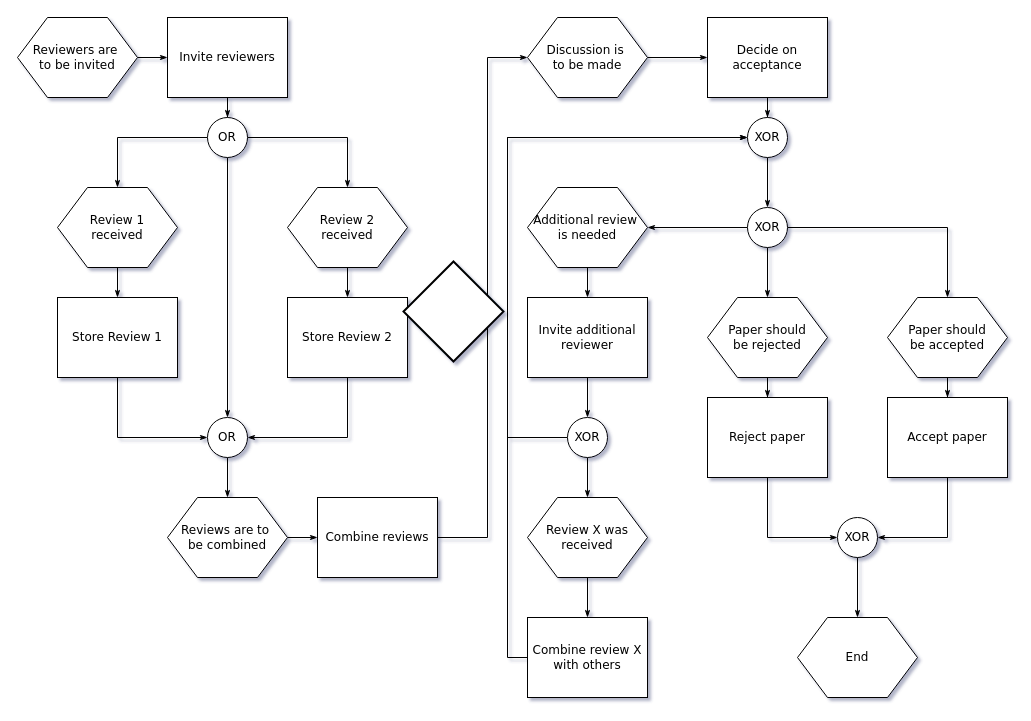
Before: 제목 없는 다이어그램.drawio in uubi-0/2018.12.23_Movie-Reservation, a draw.io diagram. Source tidied: cells renumbered, new cells numbered last; positions are measured from the earlier drawing's top-left corner, leaving out a move shared by most shapes. Both pictures are drawn from the tidied source at 100%, with x=0, y=0 at pixel (17, 17).
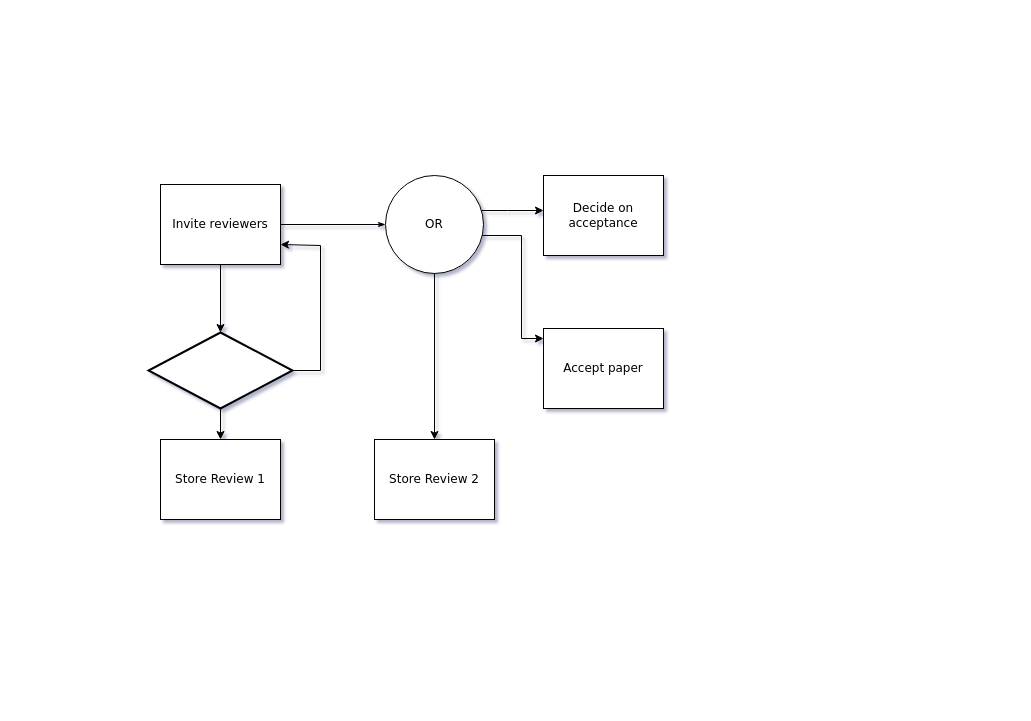
The same page after the edit.

Commit message (it also covers changes not shown here):
제목 없는 다이어그램.drawio 업데이트

Diff of the diagram source:
```diff
@@
-    <mxCell id="2" style="edgeStyle=orthogonalEdgeStyle;rounded=0;html=1;labelBackgroundColor=none;startArrow=none;startFill=0;startSize=5;endArrow=classicThin;endFill=1;endSize=5;jettySize=auto;strokeWidth=1;fontFamily=Verdana;fontSize=8;" parent="1" edge="1" source="3" target="5">
-      <mxGeometry relative="1" as="geometry" />
-    </mxCell>
-    <mxCell id="3" value="Reviewers are&amp;nbsp;&lt;div&gt;to&amp;nbsp;&lt;span&gt;be invited&lt;/span&gt;&lt;/div&gt;" style="shape=hexagon;perimeter=hexagonPerimeter;whiteSpace=wrap;html=1;rounded=0;shadow=0;labelBackgroundColor=none;strokeWidth=1;fontFamily=Verdana;fontSize=12;align=center;" parent="1" vertex="1">
-      <mxGeometry width="120" height="80" as="geometry" />
-    </mxCell>
@@
+    <mxCell id="57" style="edgeStyle=orthogonalEdgeStyle;rounded=0;jettySize=auto;html=1;" parent="1" edge="1" source="5" target="56">
+      <mxGeometry relative="1" as="geometry" />
+    </mxCell>
     <mxCell id="5" value="Invite reviewers" style="rounded=0;whiteSpace=wrap;html=1;shadow=0;labelBackgroundColor=none;strokeWidth=1;fontFamily=Verdana;fontSize=12;align=center;" parent="1" vertex="1">
-      <mxGeometry x="150" width="120" height="80" as="geometry" />
+      <mxGeometry x="143" y="167" width="120" height="80" as="geometry" />
     </mxCell>
-    <mxCell id="6" style="edgeStyle=orthogonalEdgeStyle;rounded=0;html=1;labelBackgroundColor=none;startArrow=none;startFill=0;startSize=5;endArrow=classicThin;endFill=1;endSize=5;jettySize=auto;strokeWidth=1;fontFamily=Verdana;fontSize=8;" parent="1" edge="1" source="9" target="13">
-      <mxGeometry relative="1" as="geometry" />
-    </mxCell>
-    <mxCell id="7" style="edgeStyle=orthogonalEdgeStyle;rounded=0;html=1;labelBackgroundColor=none;startArrow=none;startFill=0;startSize=5;endArrow=classicThin;endFill=1;endSize=5;jettySize=auto;strokeWidth=1;fontFamily=Verdana;fontSize=8;" parent="1" edge="1" source="9" target="11">
-      <mxGeometry relative="1" as="geometry" />
-    </mxCell>
-    <mxCell id="8" style="edgeStyle=orthogonalEdgeStyle;rounded=0;html=1;labelBackgroundColor=none;startArrow=none;startFill=0;startSize=5;endArrow=classicThin;endFill=1;endSize=5;jettySize=auto;strokeWidth=1;fontFamily=Verdana;fontSize=12;" parent="1" edge="1" source="9" target="19">
-      <mxGeometry relative="1" as="geometry" />
-    </mxCell>
+    <mxCell id="58" style="edgeStyle=orthogonalEdgeStyle;rounded=0;jettySize=auto;html=1;" parent="1" edge="1" source="9" target="17">
+      <mxGeometry relative="1" as="geometry" />
+    </mxCell>
+    <mxCell id="59" style="edgeStyle=orthogonalEdgeStyle;rounded=0;jettySize=auto;html=1;" parent="1" edge="1" source="9" target="48">
+      <mxGeometry relative="1" as="geometry">
+        <Array as="points">
+          <mxPoint x="504" y="218" />
+          <mxPoint x="504" y="321" />
+        </Array>
+      </mxGeometry>
+    </mxCell>
+    <mxCell id="60" style="edgeStyle=orthogonalEdgeStyle;rounded=0;jettySize=auto;html=1;" parent="1" edge="1" source="9" target="27">
+      <mxGeometry relative="1" as="geometry">
+        <Array as="points">
+          <mxPoint x="490" y="193" />
+          <mxPoint x="490" y="193" />
+        </Array>
+      </mxGeometry>
+    </mxCell>
     <mxCell id="9" value="OR" style="ellipse;whiteSpace=wrap;html=1;rounded=0;shadow=0;labelBackgroundColor=none;strokeWidth=1;fontFamily=Verdana;fontSize=12;align=center;" parent="1" vertex="1">
-      <mxGeometry x="190" y="100" width="40" height="40" as="geometry" />
+      <mxGeometry x="368" y="158" width="98" height="98" as="geometry" />
     </mxCell>
-    <mxCell id="10" style="edgeStyle=orthogonalEdgeStyle;rounded=0;html=1;labelBackgroundColor=none;startArrow=none;startFill=0;startSize=5;endArrow=classicThin;endFill=1;endSize=5;jettySize=auto;strokeWidth=1;fontFamily=Verdana;fontSize=8;" parent="1" edge="1" source="11" target="15">
-      <mxGeometry relative="1" as="geometry" />
-    </mxCell>
-    <mxCell id="11" value="Review 1&lt;div&gt;received&lt;/div&gt;" style="shape=hexagon;perimeter=hexagonPerimeter;whiteSpace=wrap;html=1;rounded=0;shadow=0;labelBackgroundColor=none;strokeWidth=1;fontFamily=Verdana;fontSize=12;align=center;" parent="1" vertex="1">
-      <mxGeometry x="40" y="170" width="120" height="80" as="geometry" />
-    </mxCell>
-    <mxCell id="12" style="edgeStyle=orthogonalEdgeStyle;rounded=0;html=1;labelBackgroundColor=none;startArrow=none;startFill=0;startSize=5;endArrow=classicThin;endFill=1;endSize=5;jettySize=auto;strokeWidth=1;fontFamily=Verdana;fontSize=8;" parent="1" edge="1" source="13" target="17">
-      <mxGeometry relative="1" as="geometry" />
-    </mxCell>
-    <mxCell id="13" value="Review 2&lt;div&gt;received&lt;/div&gt;" style="shape=hexagon;perimeter=hexagonPerimeter;whiteSpace=wrap;html=1;rounded=0;shadow=0;labelBackgroundColor=none;strokeWidth=1;fontFamily=Verdana;fontSize=12;align=center;" parent="1" vertex="1">
-      <mxGeometry x="270" y="170" width="120" height="80" as="geometry" />
-    </mxCell>
-    <mxCell id="14" style="edgeStyle=orthogonalEdgeStyle;rounded=0;html=1;labelBackgroundColor=none;startArrow=none;startFill=0;startSize=5;endArrow=classicThin;endFill=1;endSize=5;jettySize=auto;strokeWidth=1;fontFamily=Verdana;fontSize=8;" parent="1" edge="1" source="15" target="19">
-      <mxGeometry relative="1" as="geometry">
-        <Array as="points">
-          <mxPoint x="100" y="420" />
-        </Array>
-      </mxGeometry>
-    </mxCell>
     <mxCell id="15" value="Store Review 1" style="rounded=0;whiteSpace=wrap;html=1;shadow=0;labelBackgroundColor=none;strokeWidth=1;fontFamily=Verdana;fontSize=12;align=center;" parent="1" vertex="1">
-      <mxGeometry x="40" y="280" width="120" height="80" as="geometry" />
+      <mxGeometry x="143" y="422" width="120" height="80" as="geometry" />
     </mxCell>
-    <mxCell id="16" style="edgeStyle=orthogonalEdgeStyle;rounded=0;html=1;labelBackgroundColor=none;startArrow=none;startFill=0;startSize=5;endArrow=classicThin;endFill=1;endSize=5;jettySize=auto;strokeWidth=1;fontFamily=Verdana;fontSize=8;" parent="1" edge="1" source="17" target="19">
-      <mxGeometry relative="1" as="geometry">
-        <Array as="points">
-          <mxPoint x="330" y="420" />
-        </Array>
-      </mxGeometry>
-    </mxCell>
     <mxCell id="17" value="Store Review 2" style="rounded=0;whiteSpace=wrap;html=1;shadow=0;labelBackgroundColor=none;strokeWidth=1;fontFamily=Verdana;fontSize=12;align=center;" parent="1" vertex="1">
-      <mxGeometry x="270" y="280" width="120" height="80" as="geometry" />
+      <mxGeometry x="357" y="422" width="120" height="80" as="geometry" />
     </mxCell>
-    <mxCell id="18" style="edgeStyle=orthogonalEdgeStyle;rounded=0;html=1;labelBackgroundColor=none;startArrow=none;startFill=0;startSize=5;endArrow=classicThin;endFill=1;endSize=5;jettySize=auto;strokeWidth=1;fontFamily=Verdana;fontSize=8;" parent="1" edge="1" source="19" target="21">
-      <mxGeometry relative="1" as="geometry" />
-    </mxCell>
-    <mxCell id="19" value="OR" style="ellipse;whiteSpace=wrap;html=1;rounded=0;shadow=0;labelBackgroundColor=none;strokeWidth=1;fontFamily=Verdana;fontSize=12;align=center;" parent="1" vertex="1">
-      <mxGeometry x="190" y="400" width="40" height="40" as="geometry" />
-    </mxCell>
-    <mxCell id="20" style="edgeStyle=orthogonalEdgeStyle;rounded=0;html=1;labelBackgroundColor=none;startArrow=none;startFill=0;startSize=5;endArrow=classicThin;endFill=1;endSize=5;jettySize=auto;strokeWidth=1;fontFamily=Verdana;fontSize=8;" parent="1" edge="1" source="21" target="23">
-      <mxGeometry relative="1" as="geometry" />
-    </mxCell>
-    <mxCell id="21" value="Reviews are to&amp;nbsp;&lt;div&gt;be combined&lt;/div&gt;" style="shape=hexagon;perimeter=hexagonPerimeter;whiteSpace=wrap;html=1;rounded=0;shadow=0;labelBackgroundColor=none;strokeWidth=1;fontFamily=Verdana;fontSize=12;align=center;" parent="1" vertex="1">
-      <mxGeometry x="150" y="480" width="120" height="80" as="geometry" />
-    </mxCell>
-    <mxCell id="22" style="edgeStyle=orthogonalEdgeStyle;rounded=0;html=1;labelBackgroundColor=none;startArrow=none;startFill=0;startSize=5;endArrow=classicThin;endFill=1;endSize=5;jettySize=auto;strokeWidth=1;fontFamily=Verdana;fontSize=8;" parent="1" edge="1" source="23" target="25">
-      <mxGeometry relative="1" as="geometry">
-        <Array as="points">
-          <mxPoint x="470" y="520" />
-          <mxPoint x="470" y="40" />
-        </Array>
-      </mxGeometry>
-    </mxCell>
-    <mxCell id="23" value="Combine reviews" style="rounded=0;whiteSpace=wrap;html=1;shadow=0;labelBackgroundColor=none;strokeWidth=1;fontFamily=Verdana;fontSize=12;align=center;" parent="1" vertex="1">
-      <mxGeometry x="300" y="480" width="120" height="80" as="geometry" />
-    </mxCell>
-    <mxCell id="24" style="edgeStyle=orthogonalEdgeStyle;rounded=0;html=1;labelBackgroundColor=none;startArrow=none;startFill=0;startSize=5;endArrow=classicThin;endFill=1;endSize=5;jettySize=auto;strokeWidth=1;fontFamily=Verdana;fontSize=8;" parent="1" edge="1" source="25" target="27">
-      <mxGeometry relative="1" as="geometry" />
-    </mxCell>
-    <mxCell id="25" value="Discussion is&amp;nbsp;&lt;div&gt;to be made&lt;/div&gt;" style="shape=hexagon;perimeter=hexagonPerimeter;whiteSpace=wrap;html=1;rounded=0;shadow=0;labelBackgroundColor=none;strokeWidth=1;fontFamily=Verdana;fontSize=12;align=center;" parent="1" vertex="1">
-      <mxGeometry x="510" width="120" height="80" as="geometry" />
-    </mxCell>
-    <mxCell id="26" style="edgeStyle=orthogonalEdgeStyle;rounded=0;html=1;labelBackgroundColor=none;startArrow=none;startFill=0;startSize=5;endArrow=classicThin;endFill=1;endSize=5;jettySize=auto;strokeWidth=1;fontFamily=Verdana;fontSize=8;" parent="1" edge="1" source="27" target="29">
-      <mxGeometry relative="1" as="geometry" />
-    </mxCell>
     <mxCell id="27" value="Decide on acceptance" style="rounded=0;whiteSpace=wrap;html=1;shadow=0;labelBackgroundColor=none;strokeWidth=1;fontFamily=Verdana;fontSize=12;align=center;" parent="1" vertex="1">
-      <mxGeometry x="690" width="120" height="80" as="geometry" />
+      <mxGeometry x="526" y="158" width="120" height="80" as="geometry" />
     </mxCell>
-    <mxCell id="28" style="edgeStyle=orthogonalEdgeStyle;rounded=0;html=1;labelBackgroundColor=none;startArrow=none;startFill=0;startSize=5;endArrow=classicThin;endFill=1;endSize=5;jettySize=auto;strokeWidth=1;fontFamily=Verdana;fontSize=8;" parent="1" edge="1" source="29" target="35">
-      <mxGeometry relative="1" as="geometry" />
-    </mxCell>
-    <mxCell id="29" value="XOR" style="ellipse;whiteSpace=wrap;html=1;rounded=0;shadow=0;labelBackgroundColor=none;strokeWidth=1;fontFamily=Verdana;fontSize=12;align=center;" parent="1" vertex="1">
-      <mxGeometry x="730" y="100" width="40" height="40" as="geometry" />
-    </mxCell>
-    <mxCell id="30" style="edgeStyle=orthogonalEdgeStyle;rounded=0;html=1;labelBackgroundColor=none;startArrow=none;startFill=0;startSize=5;endArrow=classicThin;endFill=1;endSize=5;jettySize=auto;strokeWidth=1;fontFamily=Verdana;fontSize=8;" parent="1" edge="1" source="31" target="37">
-      <mxGeometry relative="1" as="geometry" />
-    </mxCell>
-    <mxCell id="31" value="Additional review&amp;nbsp;&lt;div&gt;is needed&lt;/div&gt;" style="shape=hexagon;perimeter=hexagonPerimeter;whiteSpace=wrap;html=1;rounded=0;shadow=0;labelBackgroundColor=none;strokeWidth=1;fontFamily=Verdana;fontSize=12;align=center;" parent="1" vertex="1">
-      <mxGeometry x="510" y="170" width="120" height="80" as="geometry" />
-    </mxCell>
-    <mxCell id="32" style="edgeStyle=orthogonalEdgeStyle;rounded=0;html=1;labelBackgroundColor=none;startArrow=none;startFill=0;startSize=5;endArrow=classicThin;endFill=1;endSize=5;jettySize=auto;strokeWidth=1;fontFamily=Verdana;fontSize=8;" parent="1" edge="1" source="35" target="39">
-      <mxGeometry relative="1" as="geometry" />
-    </mxCell>
-    <mxCell id="33" style="edgeStyle=orthogonalEdgeStyle;rounded=0;html=1;labelBackgroundColor=none;startArrow=none;startFill=0;startSize=5;endArrow=classicThin;endFill=1;endSize=5;jettySize=auto;strokeWidth=1;fontFamily=Verdana;fontSize=8;" parent="1" edge="1" source="35" target="41">
-      <mxGeometry relative="1" as="geometry" />
-    </mxCell>
-    <mxCell id="34" style="edgeStyle=orthogonalEdgeStyle;rounded=0;html=1;labelBackgroundColor=none;startArrow=none;startFill=0;startSize=5;endArrow=classicThin;endFill=1;endSize=5;jettySize=auto;strokeWidth=1;fontFamily=Verdana;fontSize=8;" parent="1" edge="1" source="35" target="31">
-      <mxGeometry relative="1" as="geometry" />
-    </mxCell>
-    <mxCell id="35" value="XOR" style="ellipse;whiteSpace=wrap;html=1;rounded=0;shadow=0;labelBackgroundColor=none;strokeWidth=1;fontFamily=Verdana;fontSize=12;align=center;" parent="1" vertex="1">
-      <mxGeometry x="730" y="190" width="40" height="40" as="geometry" />
-    </mxCell>
-    <mxCell id="36" style="edgeStyle=orthogonalEdgeStyle;rounded=0;html=1;labelBackgroundColor=none;startArrow=none;startFill=0;startSize=5;endArrow=classicThin;endFill=1;endSize=5;jettySize=auto;strokeWidth=1;fontFamily=Verdana;fontSize=8;" parent="1" edge="1" source="37" target="44">
-      <mxGeometry relative="1" as="geometry" />
-    </mxCell>
-    <mxCell id="37" value="Invite additional reviewer" style="rounded=0;whiteSpace=wrap;html=1;shadow=0;labelBackgroundColor=none;strokeWidth=1;fontFamily=Verdana;fontSize=12;align=center;" parent="1" vertex="1">
-      <mxGeometry x="510" y="280" width="120" height="80" as="geometry" />
-    </mxCell>
-    <mxCell id="38" style="edgeStyle=orthogonalEdgeStyle;rounded=0;html=1;labelBackgroundColor=none;startArrow=none;startFill=0;startSize=5;endArrow=classicThin;endFill=1;endSize=5;jettySize=auto;strokeWidth=1;fontFamily=Verdana;fontSize=8;" parent="1" edge="1" source="39" target="46">
-      <mxGeometry relative="1" as="geometry" />
-    </mxCell>
-    <mxCell id="39" value="Paper should&lt;div&gt;be rejected&lt;/div&gt;" style="shape=hexagon;perimeter=hexagonPerimeter;whiteSpace=wrap;html=1;rounded=0;shadow=0;labelBackgroundColor=none;strokeWidth=1;fontFamily=Verdana;fontSize=12;align=center;" parent="1" vertex="1">
-      <mxGeometry x="690" y="280" width="120" height="80" as="geometry" />
-    </mxCell>
-    <mxCell id="40" style="edgeStyle=orthogonalEdgeStyle;rounded=0;html=1;labelBackgroundColor=none;startArrow=none;startFill=0;startSize=5;endArrow=classicThin;endFill=1;endSize=5;jettySize=auto;strokeWidth=1;fontFamily=Verdana;fontSize=8;" parent="1" edge="1" source="41" target="48">
-      <mxGeometry relative="1" as="geometry" />
-    </mxCell>
-    <mxCell id="41" value="Paper should&lt;div&gt;be accepted&lt;/div&gt;" style="shape=hexagon;perimeter=hexagonPerimeter;whiteSpace=wrap;html=1;rounded=0;shadow=0;labelBackgroundColor=none;strokeWidth=1;fontFamily=Verdana;fontSize=12;align=center;" parent="1" vertex="1">
-      <mxGeometry x="870" y="280" width="120" height="80" as="geometry" />
-    </mxCell>
-    <mxCell id="42" style="edgeStyle=orthogonalEdgeStyle;rounded=0;html=1;labelBackgroundColor=none;startArrow=none;startFill=0;startSize=5;endArrow=classicThin;endFill=1;endSize=5;jettySize=auto;strokeWidth=1;fontFamily=Verdana;fontSize=8;" parent="1" edge="1" source="44" target="50">
-      <mxGeometry relative="1" as="geometry" />
-    </mxCell>
-    <mxCell id="43" style="edgeStyle=orthogonalEdgeStyle;rounded=0;html=1;labelBackgroundColor=none;startArrow=none;startFill=0;startSize=5;endArrow=classicThin;endFill=1;endSize=5;jettySize=auto;strokeWidth=1;fontFamily=Verdana;fontSize=8;" parent="1" edge="1" source="44" target="29">
-      <mxGeometry relative="1" as="geometry">
-        <Array as="points">
-          <mxPoint x="490" y="420" />
-          <mxPoint x="490" y="120" />
-        </Array>
-      </mxGeometry>
-    </mxCell>
-    <mxCell id="44" value="XOR" style="ellipse;whiteSpace=wrap;html=1;rounded=0;shadow=0;labelBackgroundColor=none;strokeWidth=1;fontFamily=Verdana;fontSize=12;align=center;" parent="1" vertex="1">
-      <mxGeometry x="550" y="400" width="40" height="40" as="geometry" />
-    </mxCell>
-    <mxCell id="45" style="edgeStyle=orthogonalEdgeStyle;rounded=0;html=1;labelBackgroundColor=none;startArrow=none;startFill=0;startSize=5;endArrow=classicThin;endFill=1;endSize=5;jettySize=auto;strokeWidth=1;fontFamily=Verdana;fontSize=8;" parent="1" edge="1" source="46" target="52">
-      <mxGeometry relative="1" as="geometry">
-        <Array as="points">
-          <mxPoint x="750" y="520" />
-        </Array>
-      </mxGeometry>
-    </mxCell>
-    <mxCell id="46" value="Reject paper" style="rounded=0;whiteSpace=wrap;html=1;shadow=0;labelBackgroundColor=none;strokeWidth=1;fontFamily=Verdana;fontSize=12;align=center;" parent="1" vertex="1">
-      <mxGeometry x="690" y="380" width="120" height="80" as="geometry" />
-    </mxCell>
-    <mxCell id="47" style="edgeStyle=orthogonalEdgeStyle;rounded=0;html=1;labelBackgroundColor=none;startArrow=none;startFill=0;startSize=5;endArrow=classicThin;endFill=1;endSize=5;jettySize=auto;strokeWidth=1;fontFamily=Verdana;fontSize=8;" parent="1" edge="1" source="48" target="52">
-      <mxGeometry relative="1" as="geometry">
-        <Array as="points">
-          <mxPoint x="930" y="520" />
-        </Array>
-      </mxGeometry>
-    </mxCell>
     <mxCell id="48" value="Accept paper" style="rounded=0;whiteSpace=wrap;html=1;shadow=0;labelBackgroundColor=none;strokeWidth=1;fontFamily=Verdana;fontSize=12;align=center;" parent="1" vertex="1">
-      <mxGeometry x="870" y="380" width="120" height="80" as="geometry" />
+      <mxGeometry x="526" y="311" width="120" height="80" as="geometry" />
     </mxCell>
-    <mxCell id="49" style="edgeStyle=orthogonalEdgeStyle;rounded=0;html=1;labelBackgroundColor=none;startArrow=none;startFill=0;startSize=5;endArrow=classicThin;endFill=1;endSize=5;jettySize=auto;strokeWidth=1;fontFamily=Verdana;fontSize=8;" parent="1" edge="1" source="50" target="55">
-      <mxGeometry relative="1" as="geometry" />
-    </mxCell>
-    <mxCell id="50" value="Review X was received" style="shape=hexagon;perimeter=hexagonPerimeter;whiteSpace=wrap;html=1;rounded=0;shadow=0;labelBackgroundColor=none;strokeWidth=1;fontFamily=Verdana;fontSize=12;align=center;" parent="1" vertex="1">
-      <mxGeometry x="510" y="480" width="120" height="80" as="geometry" />
-    </mxCell>
-    <mxCell id="51" style="edgeStyle=orthogonalEdgeStyle;rounded=0;html=1;labelBackgroundColor=none;startArrow=none;startFill=0;startSize=5;endArrow=classicThin;endFill=1;endSize=5;jettySize=auto;strokeWidth=1;fontFamily=Verdana;fontSize=8;" parent="1" edge="1" source="52" target="53">
-      <mxGeometry relative="1" as="geometry" />
-    </mxCell>
-    <mxCell id="52" value="XOR" style="ellipse;whiteSpace=wrap;html=1;rounded=0;shadow=0;labelBackgroundColor=none;strokeWidth=1;fontFamily=Verdana;fontSize=12;align=center;" parent="1" vertex="1">
-      <mxGeometry x="820" y="500" width="40" height="40" as="geometry" />
-    </mxCell>
-    <mxCell id="53" value="End" style="shape=hexagon;perimeter=hexagonPerimeter;whiteSpace=wrap;html=1;rounded=0;shadow=0;labelBackgroundColor=none;strokeWidth=1;fontFamily=Verdana;fontSize=12;align=center;" parent="1" vertex="1">
-      <mxGeometry x="780" y="600" width="120" height="80" as="geometry" />
-    </mxCell>
-    <mxCell id="54" style="edgeStyle=orthogonalEdgeStyle;rounded=0;html=1;labelBackgroundColor=none;startArrow=none;startFill=0;startSize=5;endArrow=classicThin;endFill=1;endSize=5;jettySize=auto;sstrokeWidth=1;fontFamily=Verdana;fontSize=8;" parent="1" edge="1" source="55" target="29">
-      <mxGeometry relative="1" as="geometry">
-        <Array as="points">
-          <mxPoint x="490" y="640" />
-          <mxPoint x="490" y="120" />
-        </Array>
-      </mxGeometry>
-    </mxCell>
-    <mxCell id="55" value="Combine review X with others" style="rounded=0;whiteSpace=wrap;html=1;shadow=0;labelBackgroundColor=none;strokeWidth=1;fontFamily=Verdana;fontSize=12;align=center;" parent="1" vertex="1">
-      <mxGeometry x="510" y="600" width="120" height="80" as="geometry" />
-    </mxCell>
+    <mxCell id="61" style="edgeStyle=orthogonalEdgeStyle;rounded=0;jettySize=auto;html=1;" parent="1" edge="1" source="56" target="15">
+      <mxGeometry relative="1" as="geometry" />
+    </mxCell>
+    <mxCell id="62" style="edgeStyle=orthogonalEdgeStyle;rounded=0;jettySize=auto;html=1;entryX=1;entryY=0.75;entryDx=0;entryDy=0;shadow=0;" parent="1" edge="1" source="56" target="5">
+      <mxGeometry relative="1" as="geometry">
+        <Array as="points">
+          <mxPoint x="303" y="353" />
+          <mxPoint x="303" y="228" />
+        </Array>
+      </mxGeometry>
+    </mxCell>
     <mxCell id="56" style="strokeWidth=2;html=1;shape=mxgraph.flowchart.decision;whiteSpace=wrap;" parent="1" vertex="1">
-      <mxGeometry x="386" y="244" width="100" height="100" as="geometry" />
+      <mxGeometry x="131" y="315" width="144" height="76" as="geometry" />
     </mxCell>
```
